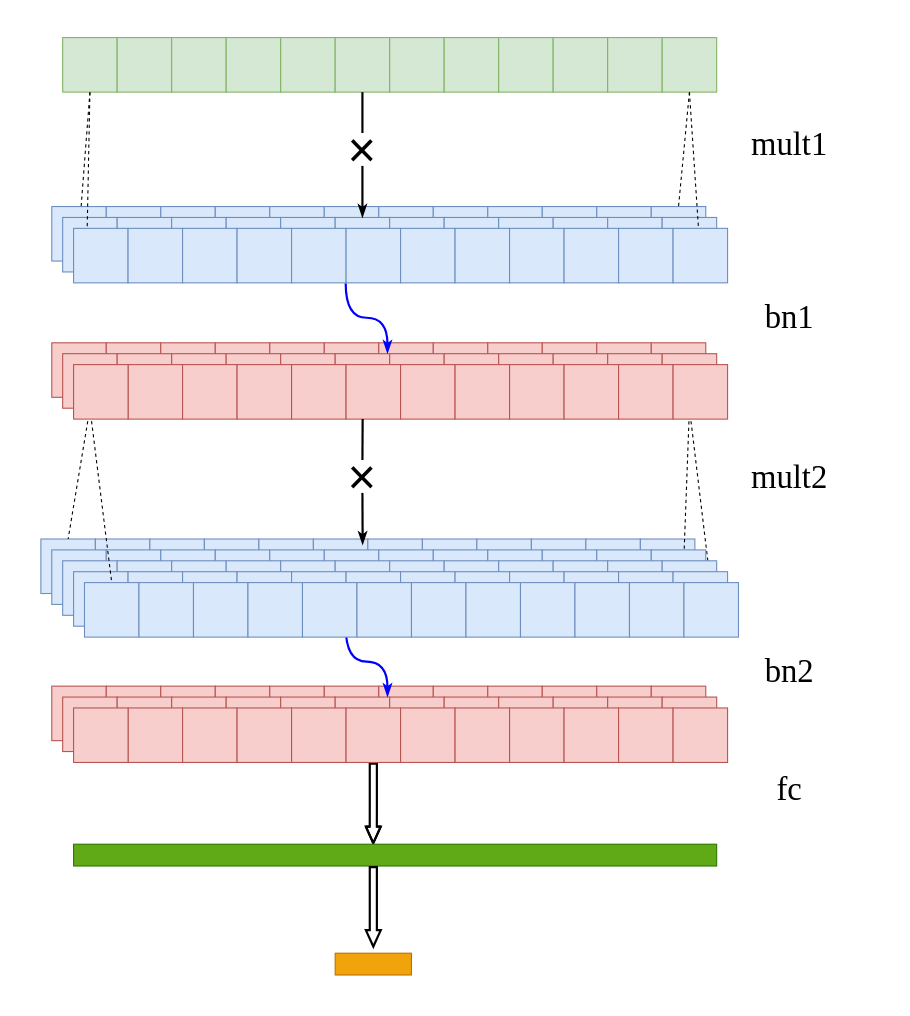
This is Untitled Diagram.drawio from 1009351456/Anonymous, a draw.io file, before an edit. Source tidied: cells renumbered, new cells numbered last; positions are measured from the earlier drawing's top-left corner, leaving out a move shared by most shapes. Both pictures are drawn from the tidied source at 109%, with x=0, y=0 at pixel (40, 37).
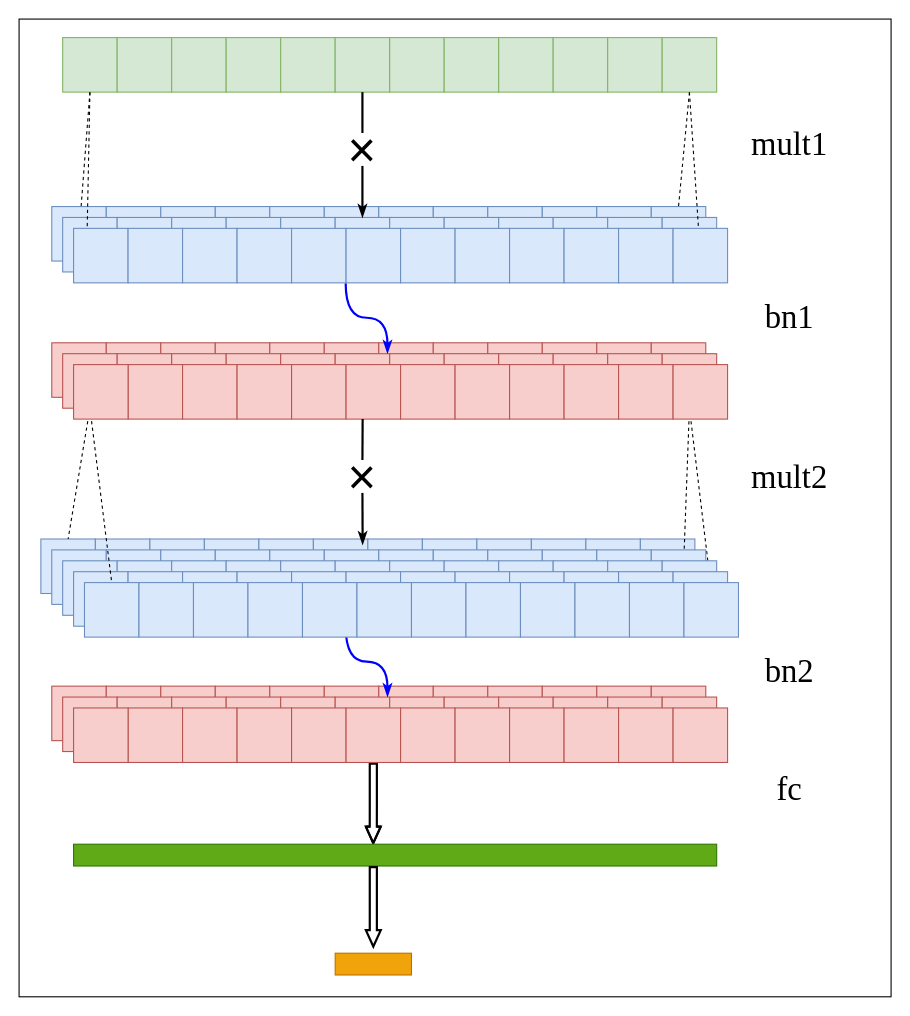
Above is the later version.

Diff of the diagram source:
```diff
@@
-<mxGraphModel>
+<mxGraphModel background="#FFFFFF">
@@
+    <mxCell id="207" style="rounded=0;whiteSpace=wrap;html=1;fontFamily=Times New Roman;fontSize=30;align=center;" parent="1" vertex="1">
+      <mxGeometry x="-20" y="-17" width="800" height="897" as="geometry" />
+    </mxCell>
```
